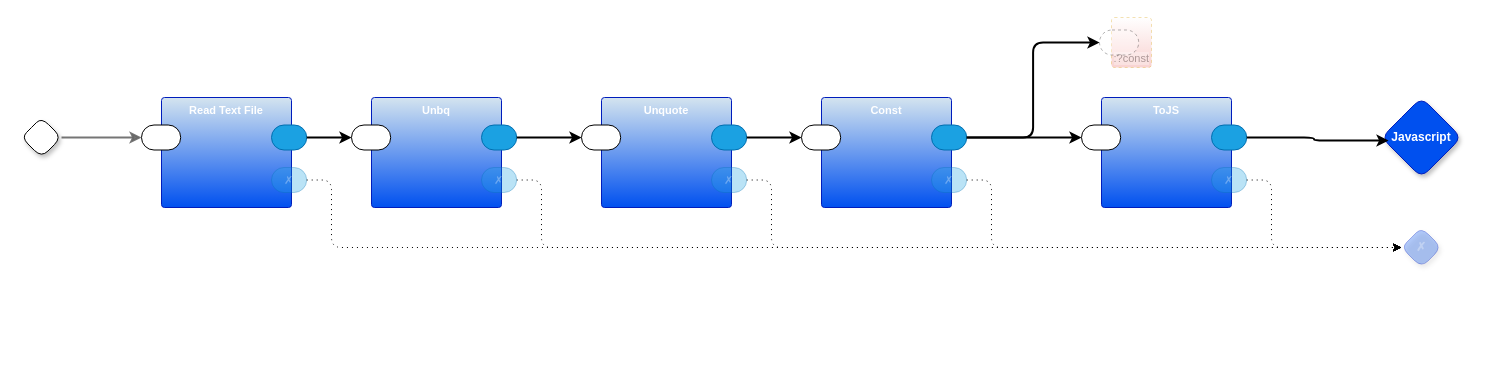
guitarvydas/p6 keeps this draw.io diagram as page "main" (1 of 5) of p6.drawio. Above is the earlier version. Source tidied: cells renumbered, new cells numbered last; positions are measured from the earlier drawing's top-left corner, leaving out a move shared by most shapes. Both pictures are drawn from the tidied source at 100%, with x=0, y=0 at pixel (21, 17).
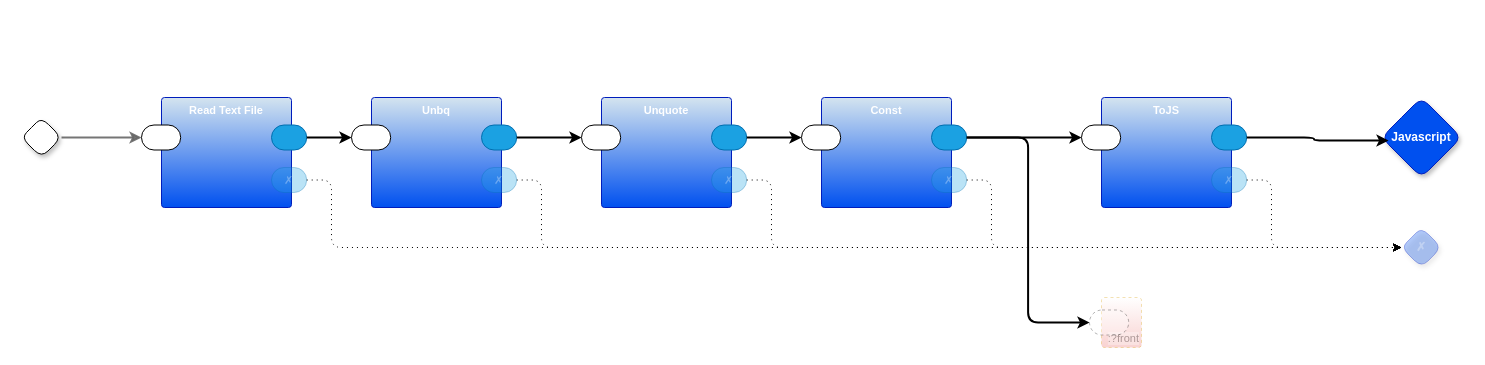
The same page after the edit.

Unchanged cells that the change refers to:
```xml
<mxCell id="27" style="rounded=1;whiteSpace=wrap;html=1;sketch=0;points=[[0,0.5,0,0,0],[1,0.5,0,0,0]];fillColor=#1ba1e2;fontColor=#ffffff;strokeColor=#006EAF;arcSize=50;fontFamily=Helvetica;fontSize=11;" parent="24" vertex="1">
  <mxGeometry x="110" y="27.5" width="35.2" height="25" as="geometry" />
</mxCell>
```

The edit, as a diff of the source:
```diff
@@
-    <mxCell id="36" value=":?const" style="rounded=1;whiteSpace=wrap;html=1;sketch=0;verticalAlign=bottom;arcSize=6;fontStyle=0;absoluteArcSize=1;shadow=0;strokeColor=#d79b00;fillColor=#FFFFFF;fontFamily=Helvetica;fontSize=11;dashed=1;opacity=30;align=right;textOpacity=30;gradientColor=#EA6B66;fontColor=default;labelBackgroundColor=default;" parent="1" vertex="1">
-      <mxGeometry x="1090" width="40" height="50" as="geometry" />
-    </mxCell>
+    <mxCell id="39" value=":?front" style="rounded=1;whiteSpace=wrap;html=1;sketch=0;verticalAlign=bottom;arcSize=6;fontStyle=0;absoluteArcSize=1;shadow=0;strokeColor=#d79b00;fillColor=#FFFFFF;fontFamily=Helvetica;fontSize=11;dashed=1;opacity=30;align=right;textOpacity=30;gradientColor=#EA6B66;fontColor=default;labelBackgroundColor=default;" parent="1" vertex="1">
+      <mxGeometry x="1080" y="280" width="40" height="50" as="geometry" />
+    </mxCell>
-    <mxCell id="37" style="rounded=1;whiteSpace=wrap;html=1;sketch=0;points=[[0,0.5,0,0,0],[1,0.5,0,0,0]];arcSize=50;fontFamily=Helvetica;fontSize=11;fontColor=default;dashed=1;textOpacity=50;opacity=30;fontStyle=0;labelBackgroundColor=default;" parent="36" vertex="1">
+    <mxCell id="37" style="rounded=1;whiteSpace=wrap;html=1;sketch=0;points=[[0,0.5,0,0,0],[1,0.5,0,0,0]];arcSize=50;fontFamily=Helvetica;fontSize=11;fontColor=default;dashed=1;textOpacity=50;opacity=30;fontStyle=0;labelBackgroundColor=default;" parent="39" vertex="1">
       <mxGeometry x="-12" y="12.5" width="39.2" height="25" as="geometry" />
     </mxCell>
-    <mxCell id="38" style="edgeStyle=orthogonalEdgeStyle;shape=connector;curved=0;rounded=1;jettySize=auto;html=1;exitX=1;exitY=0.5;exitDx=0;exitDy=0;exitPerimeter=0;strokeColor=default;strokeWidth=2;align=center;verticalAlign=middle;fontFamily=Helvetica;fontSize=11;fontColor=default;labelBackgroundColor=default;endArrow=classic;entryX=0;entryY=0.5;entryDx=0;entryDy=0;entryPerimeter=0;" parent="1" edge="1" source="27" target="37">
+    <mxCell id="38" style="edgeStyle=orthogonalEdgeStyle;shape=connector;curved=0;rounded=1;jettySize=auto;html=1;exitX=1;exitY=0.5;exitDx=0;exitDy=0;exitPerimeter=0;entryX=0;entryY=0.5;entryDx=0;entryDy=0;entryPerimeter=0;strokeColor=default;strokeWidth=2;align=center;verticalAlign=middle;fontFamily=Helvetica;fontSize=11;fontColor=default;labelBackgroundColor=default;endArrow=classic;" parent="1" edge="1" source="27" target="37">
       <mxGeometry relative="1" as="geometry" />
     </mxCell>
```
